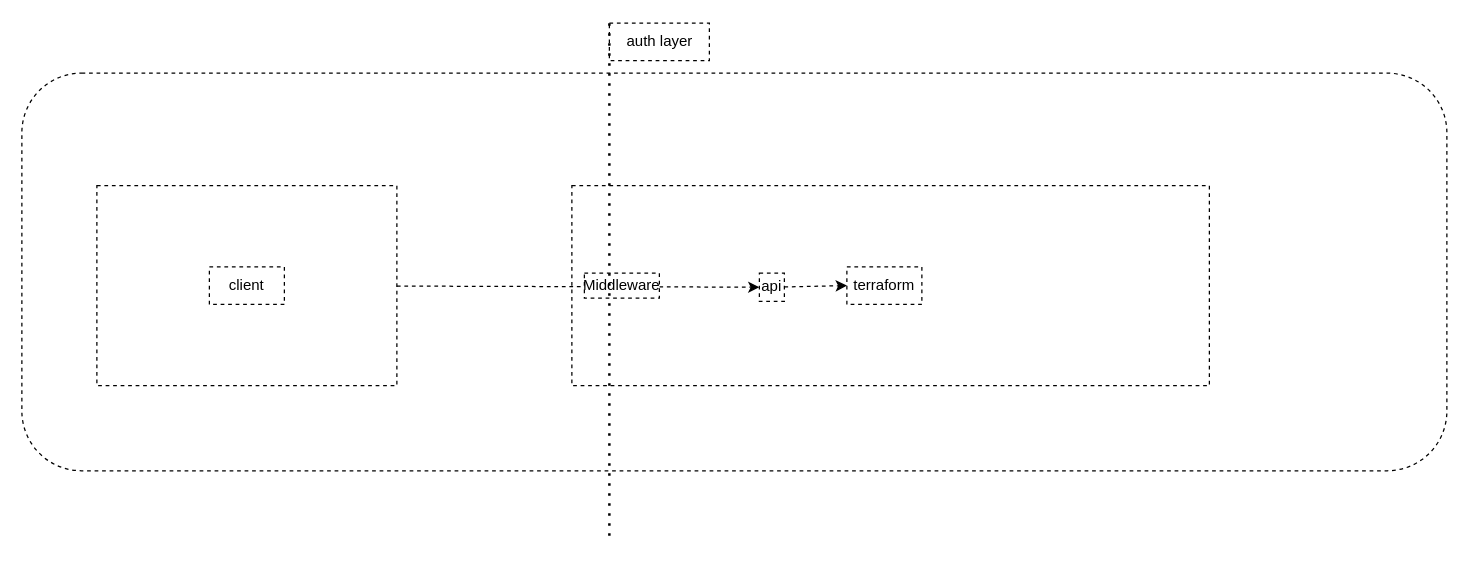
This is design/arch.drawio from vishu42/terraformer, a draw.io file, before an edit. Source tidied: cells renumbered, new cells numbered last; positions are measured from the earlier drawing's top-left corner, leaving out a move shared by most shapes. Both pictures are drawn from the tidied source at 125%, with x=0, y=0 at pixel (21, 22).
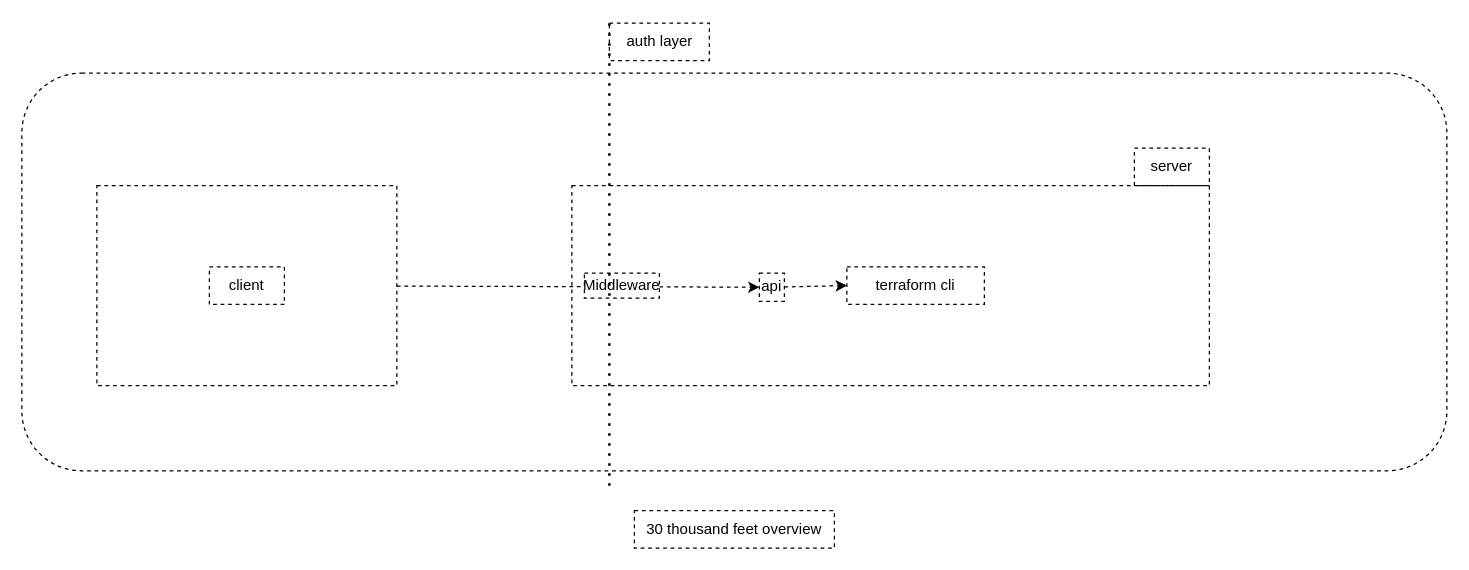
After the change.

Diff of the diagram source:
```diff
@@
 <mxGraphModel>
   <root>
     <mxCell id="0" />
     <mxCell id="1" parent="0" />
     <mxCell id="2" style="rounded=1;whiteSpace=wrap;html=1;fillColor=none;dashed=1;" parent="1" vertex="1">
       <mxGeometry y="40" width="1140" height="318.1" as="geometry" />
     </mxCell>
     <mxCell id="3" style="rounded=0;whiteSpace=wrap;html=1;fillColor=none;dashed=1;strokeColor=default;" parent="1" vertex="1">
       <mxGeometry x="440" y="130" width="510" height="160" as="geometry" />
     </mxCell>
     <mxCell id="4" style="edgeStyle=none;html=1;rounded=1;dashed=1;entryX=0;entryY=0.5;entryDx=0;entryDy=0;" parent="1" edge="1" source="5" target="7">
       <mxGeometry relative="1" as="geometry" />
     </mxCell>
     <mxCell id="5" style="rounded=0;whiteSpace=wrap;html=1;fillColor=none;dashed=1;" parent="1" vertex="1">
       <mxGeometry x="60" y="130" width="240" height="160" as="geometry" />
     </mxCell>
     <mxCell id="6" style="edgeStyle=none;rounded=1;html=1;dashed=1;" parent="1" edge="1" source="7">
       <mxGeometry relative="1" as="geometry">
         <mxPoint x="660" y="210" as="targetPoint" />
       </mxGeometry>
     </mxCell>
     <mxCell id="7" value="api" style="text;html=1;strokeColor=default;fillColor=none;align=center;verticalAlign=middle;whiteSpace=wrap;rounded=0;dashed=1;" parent="1" vertex="1">
       <mxGeometry x="590" y="200" width="20" height="22.5" as="geometry" />
     </mxCell>
     <mxCell id="8" value="Middleware" style="rounded=0;whiteSpace=wrap;html=1;dashed=1;fillColor=default;" parent="1" vertex="1">
       <mxGeometry x="450" y="200" width="60" height="20" as="geometry" />
     </mxCell>
-    <mxCell id="9" value="terraform" style="text;html=1;strokeColor=default;fillColor=none;align=center;verticalAlign=middle;whiteSpace=wrap;rounded=0;dashed=1;" parent="1" vertex="1">
-      <mxGeometry x="660" y="195" width="60" height="30" as="geometry" />
+    <mxCell id="9" value="terraform cli" style="text;html=1;strokeColor=default;fillColor=none;align=center;verticalAlign=middle;whiteSpace=wrap;rounded=0;dashed=1;" parent="1" vertex="1">
+      <mxGeometry x="660" y="195" width="110" height="30" as="geometry" />
     </mxCell>
     <mxCell id="10" style="endArrow=none;dashed=1;html=1;dashPattern=1 3;strokeWidth=2;rounded=1;" parent="1" edge="1">
       <mxGeometry relative="1" as="geometry">
-        <mxPoint x="470" y="410" as="sourcePoint" />
+        <mxPoint x="470" y="370" as="sourcePoint" />
         <mxPoint x="470" as="targetPoint" />
       </mxGeometry>
     </mxCell>
     <mxCell id="11" value="auth layer" style="text;html=1;align=center;verticalAlign=middle;strokeColor=default;fillColor=none;dashed=1;" parent="1" vertex="1">
       <mxGeometry x="470" width="80" height="30" as="geometry" />
     </mxCell>
     <mxCell id="12" value="client" style="text;html=1;strokeColor=default;fillColor=none;align=center;verticalAlign=middle;whiteSpace=wrap;rounded=0;dashed=1;" parent="1" vertex="1">
       <mxGeometry x="150" y="195" width="60" height="30" as="geometry" />
     </mxCell>
+    <mxCell id="13" value="server" style="text;html=1;strokeColor=default;fillColor=none;align=center;verticalAlign=middle;whiteSpace=wrap;rounded=0;dashed=1;" parent="1" vertex="1">
+      <mxGeometry x="890" y="100" width="60" height="30" as="geometry" />
+    </mxCell>
+    <mxCell id="14" value="30 thousand feet overview" style="text;html=1;strokeColor=default;fillColor=none;align=center;verticalAlign=middle;whiteSpace=wrap;rounded=0;dashed=1;" parent="1" vertex="1">
+      <mxGeometry x="490" y="390" width="160" height="30" as="geometry" />
+    </mxCell>
   </root>
 </mxGraphModel>
```
